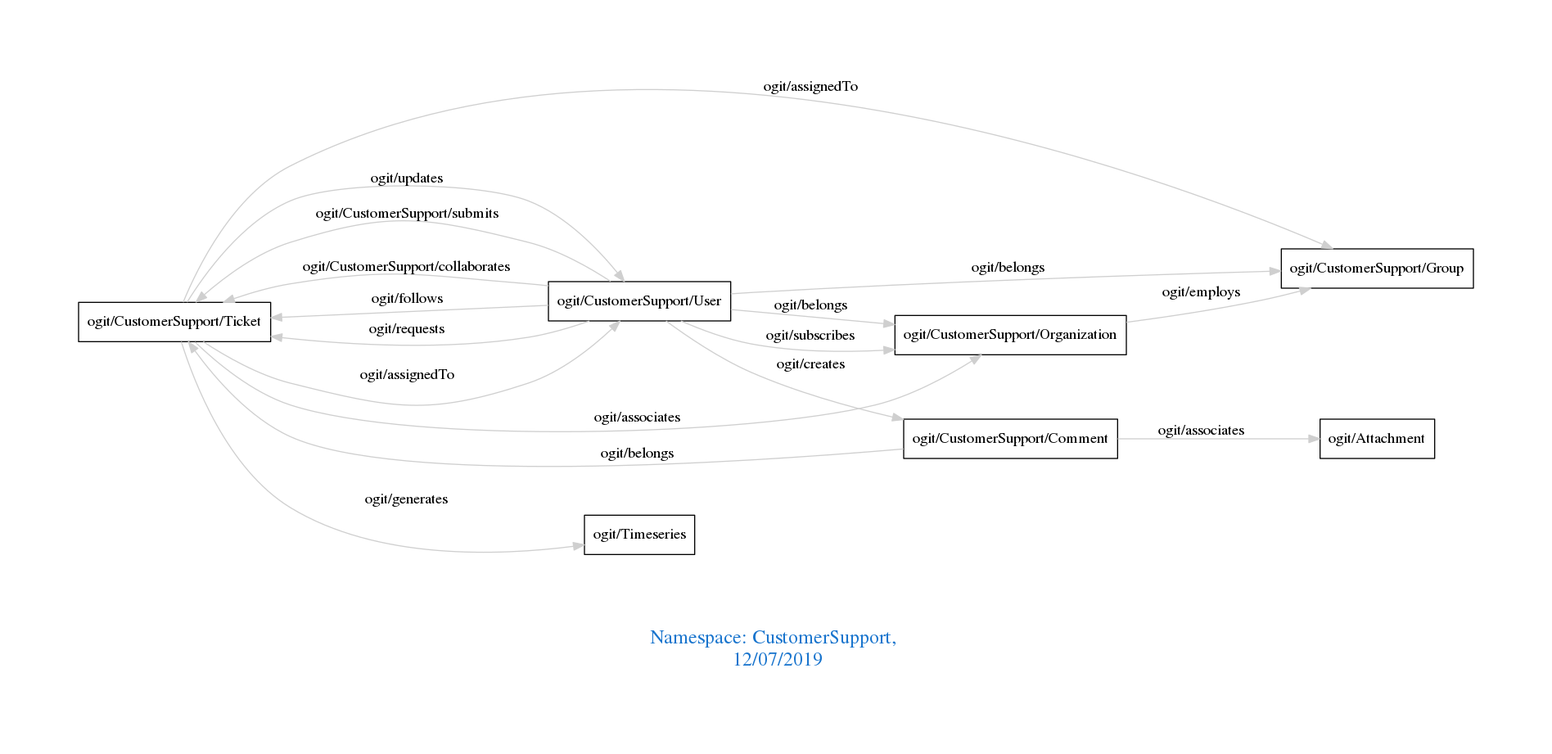
Before: downloads/CustomerSupport.png, a diagram exported from Graphviz (arago/OGIT). Its source is kept beside it as downloads/CustomerSupport.dot.
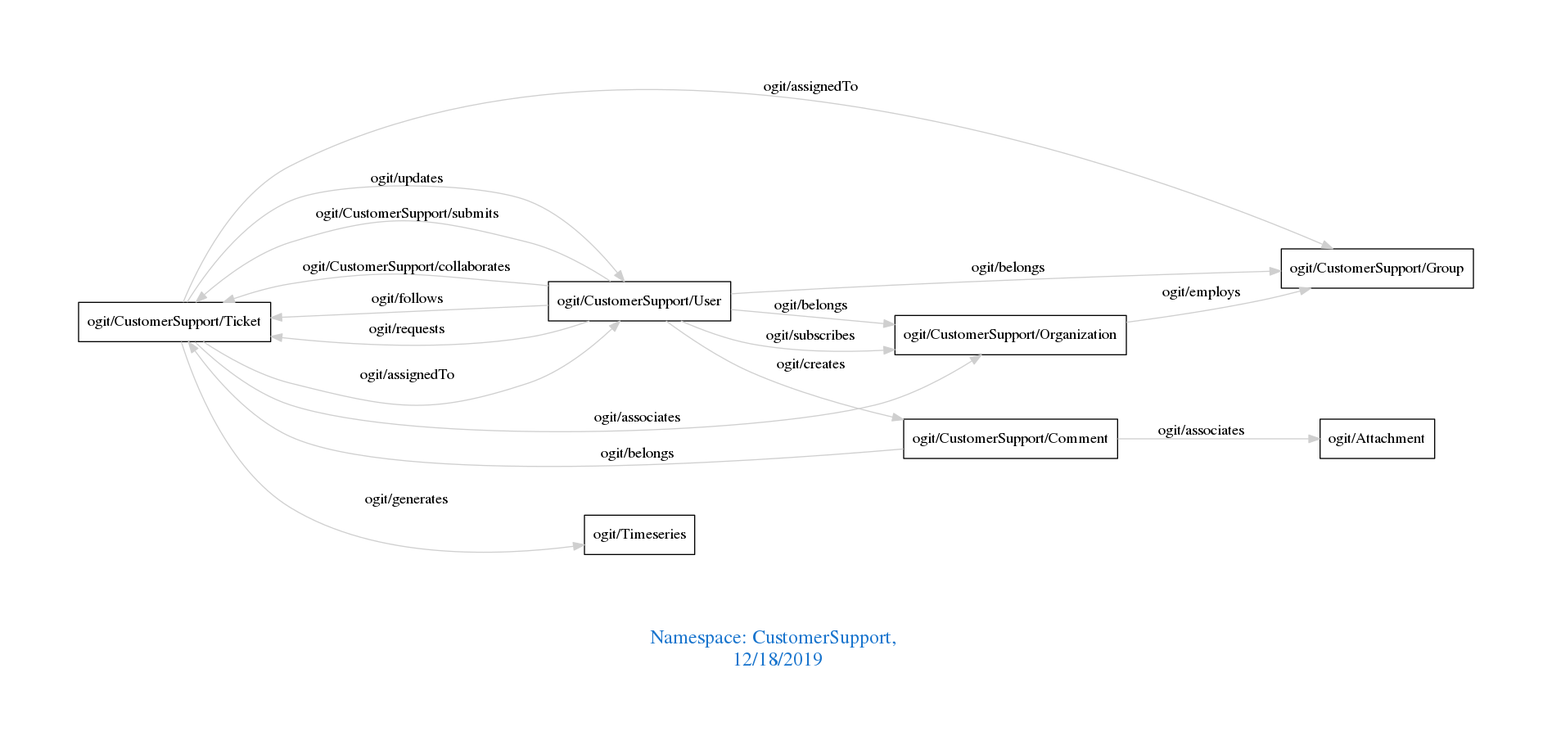
Later version of the same file.

Diff of the diagram source:
```diff
@@ -1,7 +1,7 @@
 digraph OGIT_ontology {
  graph [ rankdir= LR,pad=1
 fontsize = 18,
-fontcolor= dodgerblue3,label = "\n\n\nNamespace: CustomerSupport, \n 12/07/2019"];
+fontcolor= dodgerblue3,label = "\n\n\nNamespace: CustomerSupport, \n 12/18/2019"];
 node[shape=polygon];
 edge [  color="gray81"];
 
```
